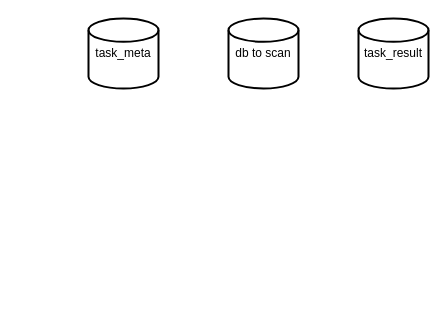
The draw.io diagram 未命名绘图.drawio in Numberartificial/workflow, before the edit. Source tidied: cells renumbered, new cells numbered last; positions are measured from the earlier drawing's top-left corner, leaving out a move shared by most shapes. Both pictures are drawn from the tidied source at 100%, with x=0, y=0 at pixel (88, 18).
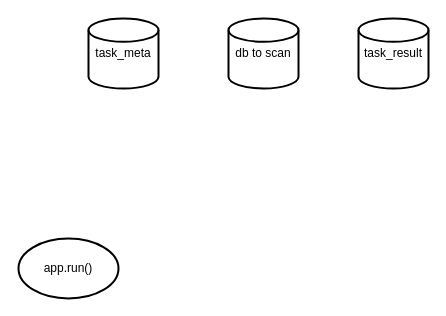
The same diagram, later.

Diff of the diagram source:
```diff
@@
 <mxGraphModel>
   <root>
     <mxCell id="0" />
     <mxCell id="1" parent="0" />
     <mxCell id="2" value="task_meta" style="strokeWidth=2;html=1;shape=mxgraph.flowchart.database;whiteSpace=wrap;" parent="1" vertex="1">
       <mxGeometry width="70" height="70" as="geometry" />
     </mxCell>
     <mxCell id="3" value="db to scan" style="strokeWidth=2;html=1;shape=mxgraph.flowchart.database;whiteSpace=wrap;" parent="1" vertex="1">
       <mxGeometry x="140" width="70" height="70" as="geometry" />
     </mxCell>
     <mxCell id="4" value="task_result" style="strokeWidth=2;html=1;shape=mxgraph.flowchart.database;whiteSpace=wrap;" parent="1" vertex="1">
       <mxGeometry x="270" width="70" height="70" as="geometry" />
     </mxCell>
+    <mxCell id="5" value="app.run()" style="strokeWidth=2;html=1;shape=mxgraph.flowchart.start_1;whiteSpace=wrap;" parent="1" vertex="1">
+      <mxGeometry x="-70" y="220" width="100" height="60" as="geometry" />
+    </mxCell>
   </root>
 </mxGraphModel>
```
